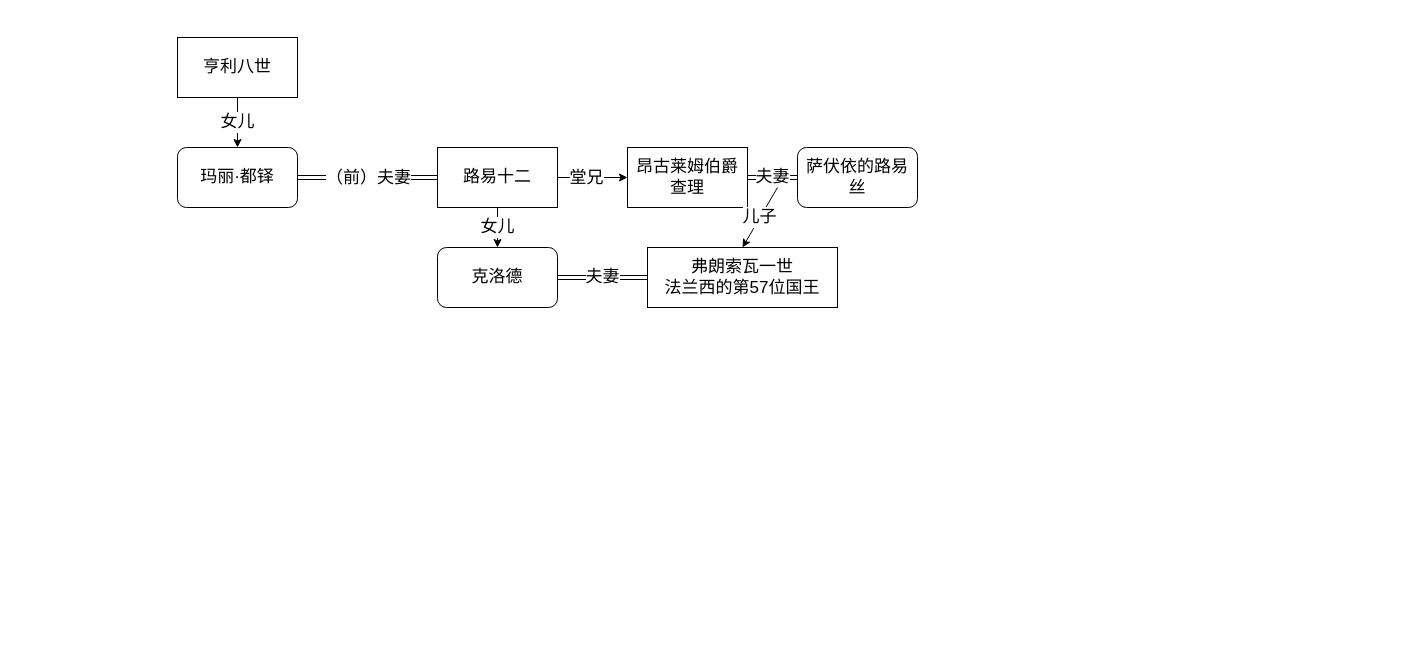
songdifei/Draw.io keeps this draw.io diagram as 未命名绘图.drawio. Above is the earlier version. Source tidied: cells renumbered, new cells numbered last; positions are measured from the earlier drawing's top-left corner, leaving out a move shared by most shapes. Both pictures are drawn from the tidied source at 100%, with x=0, y=0 at pixel (177, 37).
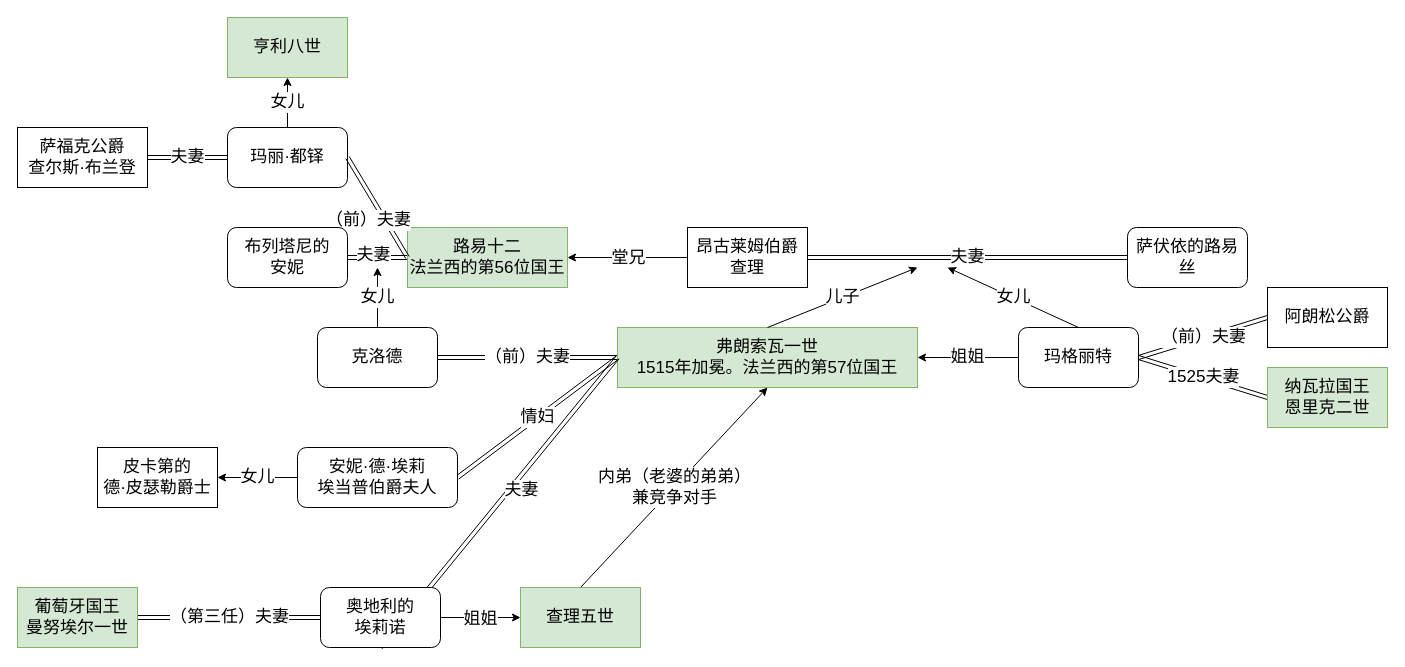
After the change.

Commit message:
皇室关系图.drawio

What changed in the source:
```diff
@@
-    <mxCell id="2" value="女儿" style="edgeStyle=none;rounded=0;jettySize=auto;html=1;exitX=0.5;exitY=1;exitDx=0;exitDy=0;entryX=0.5;entryY=0;entryDx=0;entryDy=0;fontSize=17;" parent="1" edge="1" source="3" target="4">
-      <mxGeometry relative="1" as="geometry" />
-    </mxCell>
-    <mxCell id="3" value="亨利八世" style="rounded=0;whiteSpace=wrap;html=1;fontSize=17;" parent="1" vertex="1">
-      <mxGeometry width="120" height="60" as="geometry" />
+    <mxCell id="3" value="亨利八世" style="rounded=0;whiteSpace=wrap;html=1;fontSize=17;fillColor=#d5e8d4;strokeColor=#82b366;" parent="1" vertex="1">
+      <mxGeometry x="50" y="-20" width="120" height="60" as="geometry" />
     </mxCell>
+    <mxCell id="18" value="女儿" style="edgeStyle=none;rounded=0;jettySize=auto;html=1;exitX=0.5;exitY=0;exitDx=0;exitDy=0;entryX=0.5;entryY=1;entryDx=0;entryDy=0;fontSize=17;" parent="1" edge="1" source="4" target="3">
+      <mxGeometry relative="1" as="geometry" />
+    </mxCell>
     <mxCell id="4" value="玛丽·都铎" style="rounded=1;whiteSpace=wrap;html=1;fontSize=17;" parent="1" vertex="1">
-      <mxGeometry y="110" width="120" height="60" as="geometry" />
+      <mxGeometry x="50" y="90" width="120" height="60" as="geometry" />
     </mxCell>
-    <mxCell id="5" value="女儿" style="edgeStyle=none;rounded=0;jettySize=auto;html=1;entryX=0.5;entryY=0;entryDx=0;entryDy=0;fontSize=17;" parent="1" edge="1" source="8" target="12">
-      <mxGeometry relative="1" as="geometry" />
-    </mxCell>
-    <mxCell id="6" style="edgeStyle=none;rounded=0;jettySize=auto;html=1;exitX=1;exitY=0.5;exitDx=0;exitDy=0;entryX=0;entryY=0.5;entryDx=0;entryDy=0;fontSize=17;" parent="1" edge="1" source="8" target="14">
+    <mxCell id="6" style="edgeStyle=none;rounded=0;jettySize=auto;html=1;exitX=0;exitY=0.5;exitDx=0;exitDy=0;fontSize=17;entryX=1;entryY=0.5;entryDx=0;entryDy=0;" parent="1" edge="1" source="14" target="8">
       <mxGeometry relative="1" as="geometry" />
     </mxCell>
     <mxCell id="7" value="堂兄" style="edgeLabel;html=1;align=center;verticalAlign=middle;fontSize=17;" parent="6" vertex="1">
-      <mxGeometry x="-0.2" relative="1" as="geometry" />
+      <mxGeometry x="-0.2" relative="1" as="geometry">
+        <mxPoint x="-12" as="offset" />
+      </mxGeometry>
     </mxCell>
+    <mxCell id="19" style="edgeStyle=none;shape=link;rounded=0;jettySize=auto;html=1;exitX=0;exitY=0.5;exitDx=0;exitDy=0;entryX=1;entryY=0.5;entryDx=0;entryDy=0;fontSize=17;" parent="1" edge="1" source="8" target="31">
+      <mxGeometry relative="1" as="geometry" />
+    </mxCell>
+    <mxCell id="20" value="夫妻" style="edgeLabel;html=1;align=center;verticalAlign=middle;fontSize=17;" parent="19" vertex="1">
+      <mxGeometry x="0.18" y="-3" relative="1" as="geometry" />
+    </mxCell>
-    <mxCell id="8" value="路易十二" style="rounded=0;whiteSpace=wrap;html=1;fontSize=17;" parent="1" vertex="1">
-      <mxGeometry x="260" y="110" width="120" height="60" as="geometry" />
+    <mxCell id="8" value="路易十二&lt;br&gt;法兰西的第56位国王" style="rounded=0;whiteSpace=wrap;html=1;fontSize=17;fillColor=#d5e8d4;strokeColor=#82b366;" parent="1" vertex="1">
+      <mxGeometry x="230" y="190" width="160" height="60" as="geometry" />
     </mxCell>
@@
-    <mxCell id="11" value="夫妻" style="edgeStyle=none;rounded=0;jettySize=auto;html=1;exitX=1;exitY=0.5;exitDx=0;exitDy=0;entryX=0;entryY=0.5;entryDx=0;entryDy=0;fontSize=17;shape=link;" parent="1" edge="1" source="12" target="15">
+    <mxCell id="11" value="（前）夫妻" style="edgeStyle=none;rounded=0;jettySize=auto;html=1;exitX=1;exitY=0.5;exitDx=0;exitDy=0;entryX=0;entryY=0.5;entryDx=0;entryDy=0;fontSize=17;shape=link;" parent="1" edge="1" source="12" target="15">
       <mxGeometry relative="1" as="geometry" />
     </mxCell>
+    <mxCell id="21" value="女儿" style="edgeStyle=none;rounded=0;jettySize=auto;html=1;exitX=0.5;exitY=0;exitDx=0;exitDy=0;fontSize=17;" parent="1" edge="1" source="12">
+      <mxGeometry relative="1" as="geometry">
+        <mxPoint x="200" y="230" as="targetPoint" />
+      </mxGeometry>
+    </mxCell>
     <mxCell id="12" value="克洛德" style="rounded=1;whiteSpace=wrap;html=1;fontSize=17;" parent="1" vertex="1">
-      <mxGeometry x="260" y="210" width="120" height="60" as="geometry" />
+      <mxGeometry x="140" y="290" width="120" height="60" as="geometry" />
     </mxCell>
@@
     <mxCell id="14" value="昂古莱姆伯爵查理" style="rounded=0;whiteSpace=wrap;html=1;fontSize=17;" parent="1" vertex="1">
-      <mxGeometry x="450" y="110" width="120" height="60" as="geometry" />
+      <mxGeometry x="510" y="190" width="120" height="60" as="geometry" />
     </mxCell>
-    <mxCell id="15" value="弗朗索瓦一世&lt;br&gt;法兰西的第57位国王" style="rounded=0;whiteSpace=wrap;html=1;fontSize=17;" parent="1" vertex="1">
-      <mxGeometry x="470" y="210" width="190" height="60" as="geometry" />
+    <mxCell id="15" value="弗朗索瓦一世&lt;br&gt;1515年加冕。法兰西的第57位国王" style="rounded=0;whiteSpace=wrap;html=1;fontSize=17;fillColor=#d5e8d4;strokeColor=#82b366;" parent="1" vertex="1">
+      <mxGeometry x="440" y="290" width="300" height="60" as="geometry" />
     </mxCell>
     <mxCell id="16" value="萨伏依的路易丝" style="rounded=1;whiteSpace=wrap;html=1;fontSize=17;" parent="1" vertex="1">
-      <mxGeometry x="620" y="110" width="120" height="60" as="geometry" />
+      <mxGeometry x="950" y="190" width="120" height="60" as="geometry" />
     </mxCell>
-    <mxCell id="17" value="儿子" style="endArrow=classic;html=1;fontSize=17;entryX=0.5;entryY=0;entryDx=0;entryDy=0;" parent="1" edge="1" target="15">
+    <mxCell id="17" value="儿子" style="endArrow=classic;html=1;fontSize=17;exitX=0.5;exitY=0;exitDx=0;exitDy=0;" parent="1" edge="1" source="15">
       <mxGeometry relative="1" as="geometry">
-        <mxPoint x="600" y="150" as="sourcePoint" />
+        <mxPoint x="740" y="230" as="targetPoint" />
       </mxGeometry>
     </mxCell>
+    <mxCell id="22" value="夫妻" style="edgeStyle=none;shape=link;rounded=0;jettySize=auto;html=1;exitX=1;exitY=0.5;exitDx=0;exitDy=0;entryX=0;entryY=0.5;entryDx=0;entryDy=0;fontSize=17;" parent="1" edge="1" source="23" target="4">
+      <mxGeometry relative="1" as="geometry" />
+    </mxCell>
+    <mxCell id="23" value="萨福克公爵&lt;br&gt;查尔斯·布兰登" style="rounded=0;whiteSpace=wrap;html=1;fontSize=17;" parent="1" vertex="1">
+      <mxGeometry x="-160" y="90" width="130" height="60" as="geometry" />
+    </mxCell>
+    <mxCell id="24" value="姐姐" style="edgeStyle=none;rounded=0;jettySize=auto;html=1;exitX=0;exitY=0.5;exitDx=0;exitDy=0;entryX=1;entryY=0.5;entryDx=0;entryDy=0;fontSize=17;" parent="1" edge="1" source="27" target="15">
+      <mxGeometry relative="1" as="geometry" />
+    </mxCell>
+    <mxCell id="25" value="（前）夫妻" style="edgeStyle=none;rounded=0;jettySize=auto;html=1;exitX=1;exitY=0.5;exitDx=0;exitDy=0;entryX=0;entryY=0.5;entryDx=0;entryDy=0;fontSize=17;shape=link;" parent="1" edge="1" source="27" target="29">
+      <mxGeometry relative="1" as="geometry" />
+    </mxCell>
+    <mxCell id="26" value="1525夫妻" style="edgeStyle=none;shape=link;rounded=0;jettySize=auto;html=1;exitX=1;exitY=0.5;exitDx=0;exitDy=0;entryX=0;entryY=0.5;entryDx=0;entryDy=0;fontSize=17;" parent="1" edge="1" source="27" target="30">
+      <mxGeometry relative="1" as="geometry" />
+    </mxCell>
+    <mxCell id="27" value="玛格丽特" style="rounded=1;whiteSpace=wrap;html=1;fontSize=17;" parent="1" vertex="1">
+      <mxGeometry x="841" y="290" width="120" height="60" as="geometry" />
+    </mxCell>
+    <mxCell id="28" value="女儿" style="endArrow=classic;html=1;fontSize=17;exitX=0.5;exitY=0;exitDx=0;exitDy=0;" parent="1" edge="1" source="27">
+      <mxGeometry relative="1" as="geometry">
+        <mxPoint x="770" y="230" as="targetPoint" />
+      </mxGeometry>
+    </mxCell>
+    <mxCell id="29" value="阿朗松公爵" style="rounded=0;whiteSpace=wrap;html=1;fontSize=17;" parent="1" vertex="1">
+      <mxGeometry x="1090" y="250" width="120" height="60" as="geometry" />
+    </mxCell>
+    <mxCell id="30" value="纳瓦拉国王&lt;br&gt;恩里克二世" style="rounded=0;whiteSpace=wrap;html=1;fontSize=17;fillColor=#d5e8d4;strokeColor=#82b366;" parent="1" vertex="1">
+      <mxGeometry x="1090" y="330" width="120" height="60" as="geometry" />
+    </mxCell>
+    <mxCell id="31" value="布列塔尼的&lt;br&gt;安妮" style="rounded=1;whiteSpace=wrap;html=1;fontSize=17;" parent="1" vertex="1">
+      <mxGeometry x="50" y="190" width="120" height="60" as="geometry" />
+    </mxCell>
+    <mxCell id="32" value="内弟（老婆的弟弟）&lt;br&gt;兼竞争对手" style="edgeStyle=none;rounded=0;jettySize=auto;html=1;exitX=0.5;exitY=0;exitDx=0;exitDy=0;entryX=0.5;entryY=1;entryDx=0;entryDy=0;fontSize=17;" parent="1" edge="1" source="33" target="15">
+      <mxGeometry relative="1" as="geometry" />
+    </mxCell>
+    <mxCell id="33" value="查理五世" style="rounded=0;whiteSpace=wrap;html=1;fontSize=17;fillColor=#d5e8d4;strokeColor=#82b366;" parent="1" vertex="1">
+      <mxGeometry x="343" y="550" width="120" height="60" as="geometry" />
+    </mxCell>
+    <mxCell id="34" style="edgeStyle=none;rounded=0;jettySize=auto;html=1;exitX=1;exitY=0.5;exitDx=0;exitDy=0;entryX=0;entryY=0.5;entryDx=0;entryDy=0;fontSize=17;" parent="1" edge="1" source="38" target="33">
+      <mxGeometry relative="1" as="geometry" />
+    </mxCell>
+    <mxCell id="35" value="姐姐" style="edgeLabel;html=1;align=center;verticalAlign=middle;fontSize=17;" parent="34" vertex="1">
+      <mxGeometry x="-0.03" y="-1" relative="1" as="geometry" />
+    </mxCell>
+    <mxCell id="36" style="edgeStyle=none;shape=link;rounded=0;jettySize=auto;html=1;exitX=0.5;exitY=1;exitDx=0;exitDy=0;entryX=0;entryY=0.5;entryDx=0;entryDy=0;fontSize=17;" parent="1" edge="1" source="38" target="15">
+      <mxGeometry relative="1" as="geometry" />
+    </mxCell>
+    <mxCell id="37" value="夫妻" style="edgeLabel;html=1;align=center;verticalAlign=middle;fontSize=17;" parent="36" vertex="1">
+      <mxGeometry x="-0.1" relative="1" as="geometry">
+        <mxPoint x="33.2" y="-26.9" as="offset" />
+      </mxGeometry>
+    </mxCell>
+    <mxCell id="38" value="奥地利的&lt;br&gt;埃莉诺" style="rounded=1;whiteSpace=wrap;html=1;fontSize=17;" parent="1" vertex="1">
+      <mxGeometry x="143" y="550" width="120" height="60" as="geometry" />
+    </mxCell>
+    <mxCell id="39" value="（第三任）夫妻" style="edgeStyle=none;rounded=0;jettySize=auto;html=1;exitX=1;exitY=0.5;exitDx=0;exitDy=0;entryX=0;entryY=0.5;entryDx=0;entryDy=0;fontSize=17;shape=link;" parent="1" edge="1" source="40" target="38">
+      <mxGeometry relative="1" as="geometry" />
+    </mxCell>
+    <mxCell id="40" value="葡萄牙国王&lt;br&gt;曼努埃尔一世" style="rounded=0;whiteSpace=wrap;html=1;fontSize=17;fillColor=#d5e8d4;strokeColor=#82b366;" parent="1" vertex="1">
+      <mxGeometry x="-160" y="550" width="120" height="60" as="geometry" />
+    </mxCell>
+    <mxCell id="41" value="情妇" style="edgeStyle=none;shape=link;rounded=0;jettySize=auto;html=1;exitX=1;exitY=0.5;exitDx=0;exitDy=0;entryX=0;entryY=0.5;entryDx=0;entryDy=0;fontSize=17;" parent="1" edge="1" source="43" target="15">
+      <mxGeometry relative="1" as="geometry" />
+    </mxCell>
+    <mxCell id="42" value="女儿" style="edgeStyle=none;rounded=0;jettySize=auto;html=1;exitX=0;exitY=0.5;exitDx=0;exitDy=0;entryX=1;entryY=0.5;entryDx=0;entryDy=0;fontSize=17;" parent="1" edge="1" source="43" target="44">
+      <mxGeometry relative="1" as="geometry" />
+    </mxCell>
+    <mxCell id="43" value="安妮·德·埃莉&lt;br&gt;埃当普伯爵夫人" style="rounded=1;whiteSpace=wrap;html=1;fontSize=17;" parent="1" vertex="1">
+      <mxGeometry x="120" y="410" width="160" height="60" as="geometry" />
+    </mxCell>
+    <mxCell id="44" value="皮卡第的&lt;br&gt;德·皮瑟勒爵士" style="rounded=0;whiteSpace=wrap;html=1;fontSize=17;" parent="1" vertex="1">
+      <mxGeometry x="-80" y="410" width="120" height="60" as="geometry" />
+    </mxCell>
```
